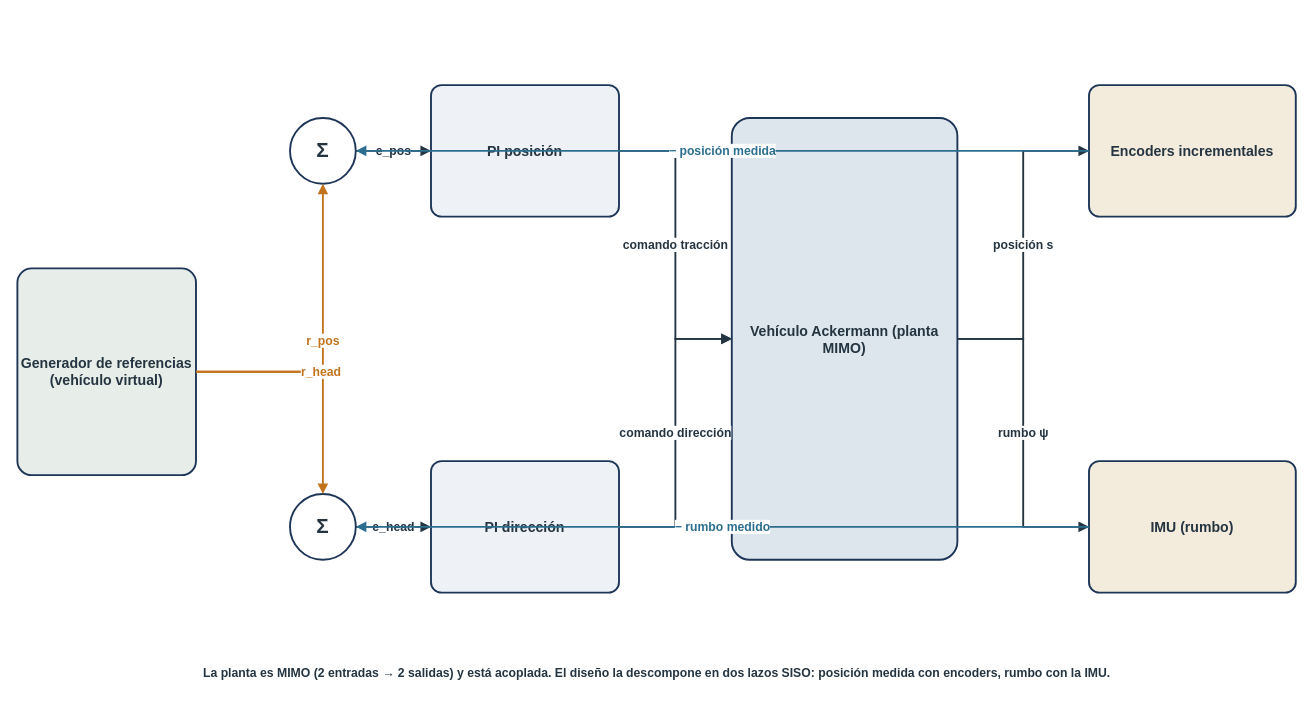
Earlier version of the draw.io diagram presentacion/drawio/control_mimo.drawio (universidadpedroni/Lego_Reed_Shepp). Source tidied: cells renumbered, new cells numbered last; positions are measured from the earlier drawing's top-left corner, leaving out a move shared by most shapes. Both pictures are drawn from the tidied source at 94%, with x=0, y=0 at pixel (17, 85).
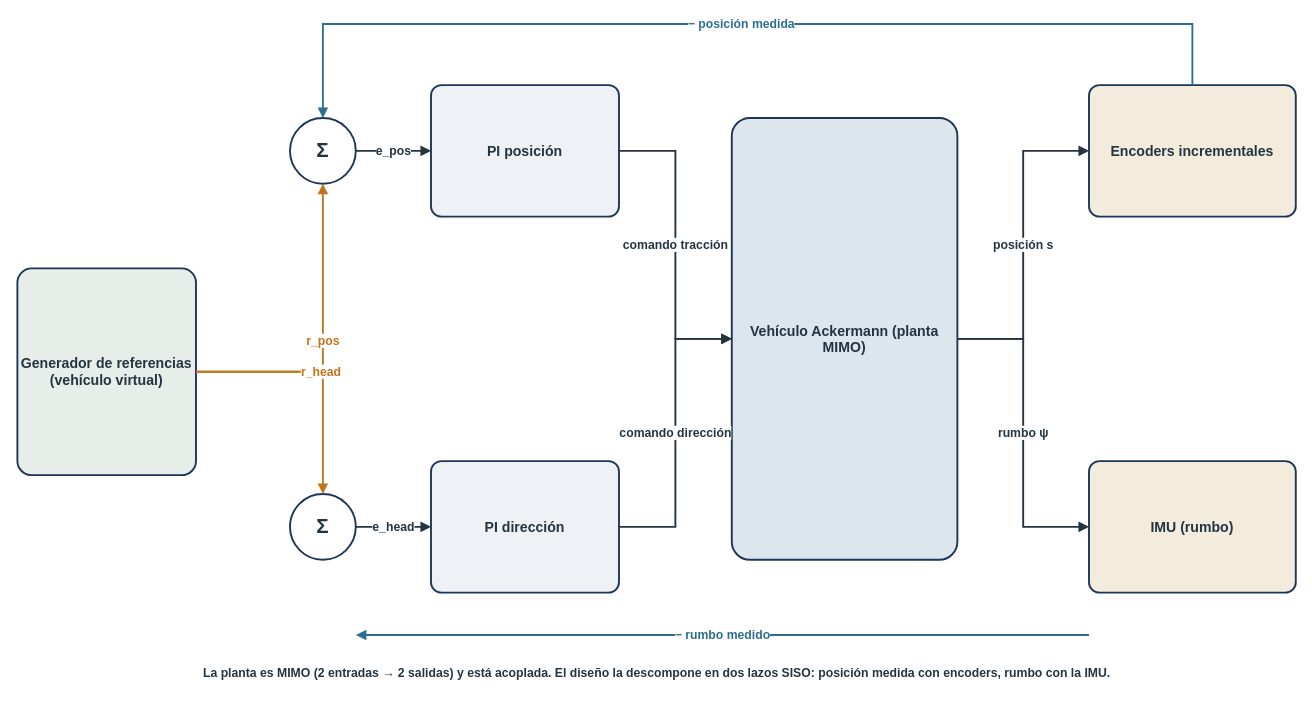
Above is the later version.

The change refers to these unchanged cells:
```xml
<mxCell id="3" value="Σ" style="ellipse;whiteSpace=wrap;html=1;fillColor=#FFFFFF;strokeColor=#1D3557;strokeWidth=2;fontColor=#243441;fontSize=22;fontStyle=1;" parent="1" vertex="1">
  <mxGeometry x="290" y="35" width="70" height="70" as="geometry" />
</mxCell>
<mxCell id="4" value="Σ" style="ellipse;whiteSpace=wrap;html=1;fillColor=#FFFFFF;strokeColor=#1D3557;strokeWidth=2;fontColor=#243441;fontSize=22;fontStyle=1;" parent="1" vertex="1">
  <mxGeometry x="290" y="435" width="70" height="70" as="geometry" />
</mxCell>
<mxCell id="8" value="Encoders incrementales" style="rounded=1;whiteSpace=wrap;html=1;fillColor=#F3ECDD;strokeColor=#1D3557;strokeWidth=2;fontColor=#243441;fontSize=15;fontStyle=1;verticalAlign=middle;arcSize=8;" parent="1" vertex="1">
  <mxGeometry x="1140" width="220" height="140" as="geometry" />
</mxCell>
<mxCell id="9" value="IMU (rumbo)" style="rounded=1;whiteSpace=wrap;html=1;fillColor=#F3ECDD;strokeColor=#1D3557;strokeWidth=2;fontColor=#243441;fontSize=15;fontStyle=1;verticalAlign=middle;arcSize=8;" parent="1" vertex="1">
  <mxGeometry x="1140" y="400" width="220" height="140" as="geometry" />
</mxCell>
```

Diff of the diagram source:
```diff
@@
     <mxCell id="18" value="−  posición medida" style="edgeStyle=orthogonalEdgeStyle;rounded=0;html=1;strokeColor=#2C6E8F;strokeWidth=2;endArrow=block;endFill=1;fontColor=#2C6E8F;fontSize=13;fontStyle=1;dashed=0;" parent="1" edge="1" source="8" target="3">
-      <mxGeometry relative="1" as="geometry" />
+      <mxGeometry relative="1" as="geometry">
+        <Array as="points">
+          <mxPoint x="1250" y="-65" />
+          <mxPoint x="325" y="-65" />
+        </Array>
+      </mxGeometry>
     </mxCell>
-    <mxCell id="19" value="−  rumbo medido" style="edgeStyle=orthogonalEdgeStyle;rounded=0;html=1;strokeColor=#2C6E8F;strokeWidth=2;endArrow=block;endFill=1;fontColor=#2C6E8F;fontSize=13;fontStyle=1;dashed=0;" parent="1" edge="1" source="9" target="4">
-      <mxGeometry relative="1" as="geometry" />
+    <mxCell id="19" value="−  rumbo medido" style="edgeStyle=orthogonalEdgeStyle;rounded=0;html=1;strokeColor=#2C6E8F;strokeWidth=2;endArrow=block;endFill=1;fontColor=#2C6E8F;fontSize=13;fontStyle=1;dashed=0;" parent="1" edge="1">
+      <mxGeometry relative="1" as="geometry">
+        <mxPoint x="1140" y="585" as="sourcePoint" />
+        <mxPoint x="360" y="585" as="targetPoint" />
+      </mxGeometry>
     </mxCell>
```
